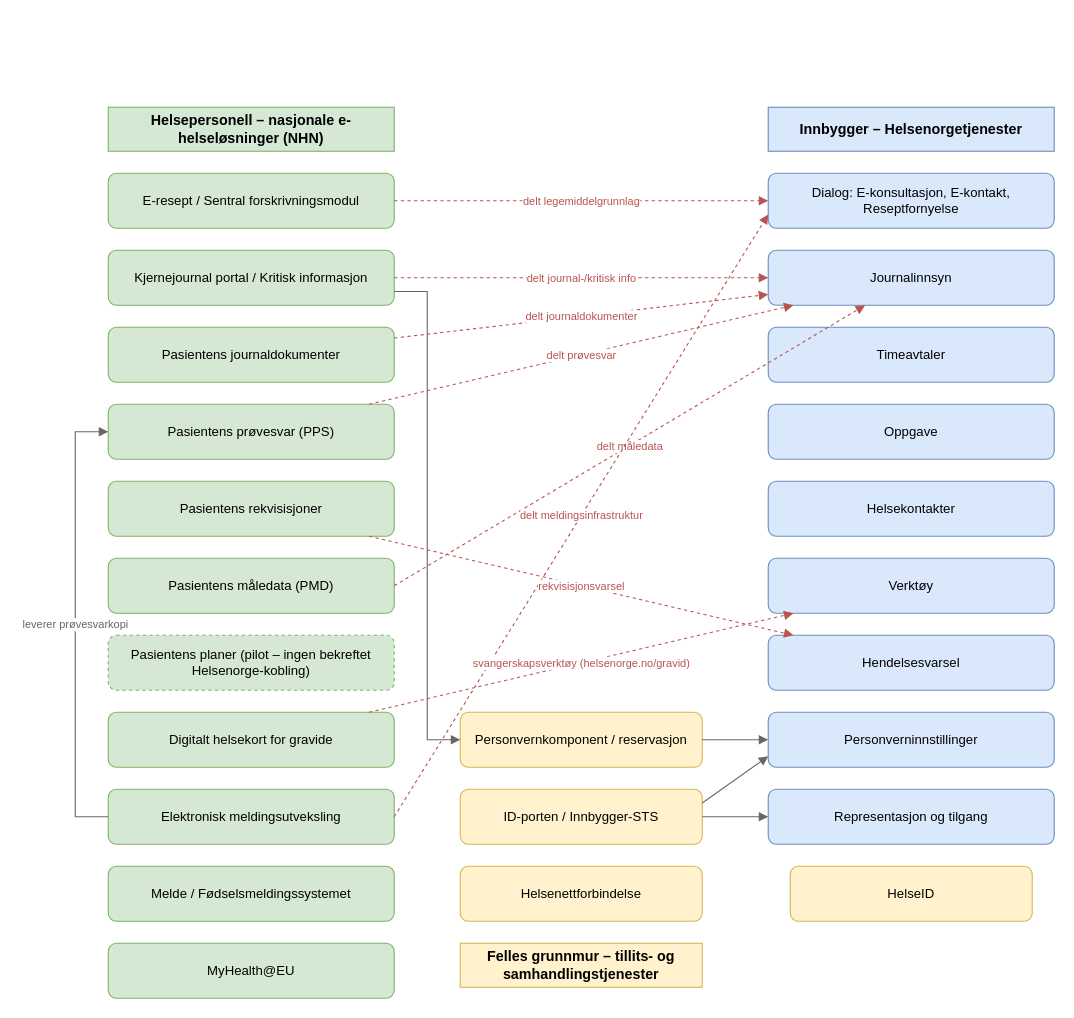
This is docs/business/oversikt-arkitekturlandskap-e-helsetjenester.drawio from hdir/Digital-Forstelinje, a draw.io file, before an edit. Source tidied: cells renumbered, new cells numbered last; positions are measured from the earlier drawing's top-left corner, leaving out a move shared by most shapes. Both pictures are drawn from the tidied source at 110%, with x=0, y=0 at pixel (75, 107).
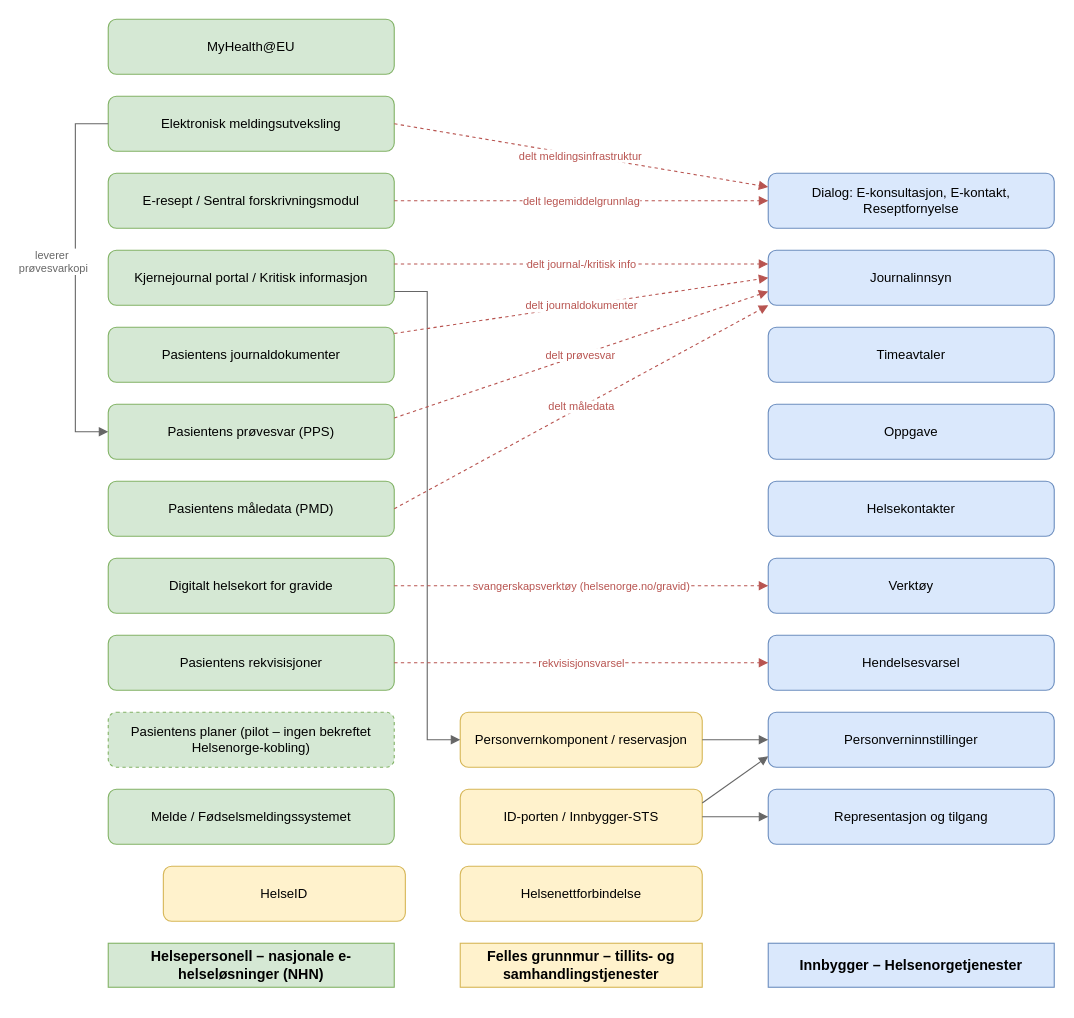
After the change.

The change refers to these unchanged cells:
```xml
<mxCell id="6" value="Kjernejournal portal / Kritisk informasjon" style="rounded=1;whiteSpace=wrap;html=1;fillColor=#d5e8d4;strokeColor=#82b366;" parent="1" vertex="1">
  <mxGeometry x="29.9" y="130" width="260" height="50" as="geometry" />
</mxCell>
<mxCell id="7" value="Pasientens journaldokumenter" style="rounded=1;whiteSpace=wrap;html=1;fillColor=#d5e8d4;strokeColor=#82b366;" parent="1" vertex="1">
  <mxGeometry x="29.9" y="200" width="260" height="50" as="geometry" />
</mxCell>
<mxCell id="8" value="Pasientens prøvesvar (PPS)" style="rounded=1;whiteSpace=wrap;html=1;fillColor=#d5e8d4;strokeColor=#82b366;" parent="1" vertex="1">
  <mxGeometry x="29.9" y="270" width="260" height="50" as="geometry" />
</mxCell>
<mxCell id="19" value="Dialog: E-konsultasjon, E-kontakt, Reseptfornyelse" style="rounded=1;whiteSpace=wrap;html=1;fillColor=#dae8fc;strokeColor=#6c8ebf;" parent="1" vertex="1">
  <mxGeometry x="629.9" y="60" width="260" height="50" as="geometry" />
</mxCell>
<mxCell id="20" value="Journalinnsyn" style="rounded=1;whiteSpace=wrap;html=1;fillColor=#dae8fc;strokeColor=#6c8ebf;" parent="1" vertex="1">
  <mxGeometry x="629.9" y="130" width="260" height="50" as="geometry" />
</mxCell>
```

The edit, as a diff of the source:
```diff
@@
     <mxCell id="2" value="Helsepersonell – nasjonale e-helseløsninger (NHN)" style="rounded=0;whiteSpace=wrap;html=1;fillColor=#d5e8d4;strokeColor=#82b366;fontStyle=1;fontSize=13;align=center;verticalAlign=middle;" parent="1" vertex="1">
-      <mxGeometry x="29.9" width="260" height="40" as="geometry" />
+      <mxGeometry x="29.9" y="760" width="260" height="40" as="geometry" />
     </mxCell>
@@
     <mxCell id="4" value="Innbygger – Helsenorgetjenester" style="rounded=0;whiteSpace=wrap;html=1;fillColor=#dae8fc;strokeColor=#6c8ebf;fontStyle=1;fontSize=13;align=center;verticalAlign=middle;" parent="1" vertex="1">
-      <mxGeometry x="629.9" width="260" height="40" as="geometry" />
+      <mxGeometry x="629.9" y="760" width="260" height="40" as="geometry" />
     </mxCell>
@@
     <mxCell id="9" value="Pasientens rekvisisjoner" style="rounded=1;whiteSpace=wrap;html=1;fillColor=#d5e8d4;strokeColor=#82b366;" parent="1" vertex="1">
-      <mxGeometry x="29.9" y="340" width="260" height="50" as="geometry" />
+      <mxGeometry x="29.9" y="480" width="260" height="50" as="geometry" />
     </mxCell>
     <mxCell id="10" value="Pasientens måledata (PMD)" style="rounded=1;whiteSpace=wrap;html=1;fillColor=#d5e8d4;strokeColor=#82b366;" parent="1" vertex="1">
-      <mxGeometry x="29.9" y="410" width="260" height="50" as="geometry" />
+      <mxGeometry x="29.9" y="340" width="260" height="50" as="geometry" />
     </mxCell>
     <mxCell id="11" value="Pasientens planer (pilot – ingen bekreftet Helsenorge-kobling)" style="rounded=1;whiteSpace=wrap;html=1;fillColor=#d5e8d4;strokeColor=#82b366;dashed=1;" parent="1" vertex="1">
-      <mxGeometry x="29.9" y="480" width="260" height="50" as="geometry" />
+      <mxGeometry x="29.9" y="550" width="260" height="50" as="geometry" />
     </mxCell>
     <mxCell id="12" value="Digitalt helsekort for gravide" style="rounded=1;whiteSpace=wrap;html=1;fillColor=#d5e8d4;strokeColor=#82b366;" parent="1" vertex="1">
-      <mxGeometry x="29.9" y="550" width="260" height="50" as="geometry" />
+      <mxGeometry x="29.9" y="410" width="260" height="50" as="geometry" />
     </mxCell>
     <mxCell id="13" value="Elektronisk meldingsutveksling" style="rounded=1;whiteSpace=wrap;html=1;fillColor=#d5e8d4;strokeColor=#82b366;" parent="1" vertex="1">
-      <mxGeometry x="29.9" y="620" width="260" height="50" as="geometry" />
+      <mxGeometry x="29.9" y="-10" width="260" height="50" as="geometry" />
     </mxCell>
     <mxCell id="14" value="Melde / Fødselsmeldingssystemet" style="rounded=1;whiteSpace=wrap;html=1;fillColor=#d5e8d4;strokeColor=#82b366;" parent="1" vertex="1">
-      <mxGeometry x="29.9" y="690" width="260" height="50" as="geometry" />
+      <mxGeometry x="29.9" y="620" width="260" height="50" as="geometry" />
     </mxCell>
     <mxCell id="15" value="MyHealth@EU" style="rounded=1;whiteSpace=wrap;html=1;fillColor=#d5e8d4;strokeColor=#82b366;" parent="1" vertex="1">
-      <mxGeometry x="29.9" y="760" width="260" height="50" as="geometry" />
+      <mxGeometry x="29.9" y="-80" width="260" height="50" as="geometry" />
     </mxCell>
     <mxCell id="16" value="HelseID" style="rounded=1;whiteSpace=wrap;html=1;fillColor=#fff2cc;strokeColor=#d6b656;" parent="1" vertex="1">
-      <mxGeometry x="649.9" y="690" width="220" height="50" as="geometry" />
+      <mxGeometry x="80" y="690" width="220" height="50" as="geometry" />
     </mxCell>
@@
-    <mxCell id="28" value="leverer prøvesvarkopi" style="endArrow=block;html=1;strokeColor=#666666;fontColor=#666666;fontSize=10;rounded=0;exitX=0;exitY=0.5;exitDx=0;exitDy=0;entryX=0;entryY=0.5;entryDx=0;entryDy=0;edgeStyle=orthogonalEdgeStyle;" parent="1" edge="1" source="13" target="8">
-      <mxGeometry relative="1" as="geometry">
+    <mxCell id="28" value="leverer&amp;nbsp;&lt;div&gt;prøvesvarkopi&lt;/div&gt;" style="endArrow=block;html=1;strokeColor=#666666;fontColor=#666666;fontSize=10;rounded=0;exitX=0;exitY=0.5;exitDx=0;exitDy=0;entryX=0;entryY=0.5;entryDx=0;entryDy=0;edgeStyle=orthogonalEdgeStyle;" parent="1" edge="1" source="13" target="8">
+      <mxGeometry x="-0.09" y="-20" relative="1" as="geometry">
         <Array as="points">
-          <mxPoint x="-0.1" y="645" />
-          <mxPoint x="-0.1" y="295" />
+          <mxPoint y="15" />
+          <mxPoint y="295" />
         </Array>
       </mxGeometry>
     </mxCell>
@@
-    <mxCell id="34" value="delt journal-/kritisk info" style="endArrow=block;html=1;dashed=1;strokeColor=#b85450;fontColor=#b85450;fontSize=10;rounded=0;" parent="1" edge="1" source="6" target="20">
+    <mxCell id="34" value="delt journal-/kritisk info" style="endArrow=block;html=1;dashed=1;strokeColor=#b85450;fontColor=#b85450;fontSize=10;rounded=0;exitX=1;exitY=0.25;exitDx=0;exitDy=0;entryX=0;entryY=0.25;entryDx=0;entryDy=0;" parent="1" edge="1" source="6" target="20">
       <mxGeometry relative="1" as="geometry" />
     </mxCell>
-    <mxCell id="35" value="delt journaldokumenter" style="endArrow=block;html=1;dashed=1;strokeColor=#b85450;fontColor=#b85450;fontSize=10;rounded=0;" parent="1" edge="1" source="7" target="20">
+    <mxCell id="35" value="delt journaldokumenter" style="endArrow=block;html=1;dashed=1;strokeColor=#b85450;fontColor=#b85450;fontSize=10;rounded=0;entryX=0;entryY=0.5;entryDx=0;entryDy=0;" parent="1" edge="1" source="7" target="20">
       <mxGeometry relative="1" as="geometry" />
     </mxCell>
-    <mxCell id="36" value="delt prøvesvar" style="endArrow=block;html=1;dashed=1;strokeColor=#b85450;fontColor=#b85450;fontSize=10;rounded=0;" parent="1" edge="1" source="8" target="20">
+    <mxCell id="36" value="delt prøvesvar" style="endArrow=block;html=1;dashed=1;strokeColor=#b85450;fontColor=#b85450;fontSize=10;rounded=0;entryX=0;entryY=0.75;entryDx=0;entryDy=0;exitX=1;exitY=0.25;exitDx=0;exitDy=0;" parent="1" edge="1" source="8" target="20">
       <mxGeometry relative="1" as="geometry" />
     </mxCell>
-    <mxCell id="37" value="delt måledata" style="endArrow=block;html=1;dashed=1;strokeColor=#b85450;fontColor=#b85450;fontSize=10;rounded=0;exitX=1;exitY=0.5;exitDx=0;exitDy=0;" parent="1" edge="1" source="10" target="20">
+    <mxCell id="37" value="delt måledata" style="endArrow=block;html=1;dashed=1;strokeColor=#b85450;fontColor=#b85450;fontSize=10;rounded=0;exitX=1;exitY=0.5;exitDx=0;exitDy=0;entryX=0;entryY=1;entryDx=0;entryDy=0;" parent="1" edge="1" source="10" target="20">
       <mxGeometry relative="1" as="geometry" />
     </mxCell>
-    <mxCell id="38" value="delt meldingsinfrastruktur" style="endArrow=block;html=1;dashed=1;strokeColor=#b85450;fontColor=#b85450;fontSize=10;rounded=0;exitX=1;exitY=0.5;exitDx=0;exitDy=0;entryX=0;entryY=0.75;entryDx=0;entryDy=0;" parent="1" edge="1" source="13" target="19">
+    <mxCell id="38" value="delt meldingsinfrastruktur" style="endArrow=block;html=1;dashed=1;strokeColor=#b85450;fontColor=#b85450;fontSize=10;rounded=0;exitX=1;exitY=0.5;exitDx=0;exitDy=0;entryX=0;entryY=0.25;entryDx=0;entryDy=0;" parent="1" edge="1" source="13" target="19">
       <mxGeometry relative="1" as="geometry" />
     </mxCell>
```
